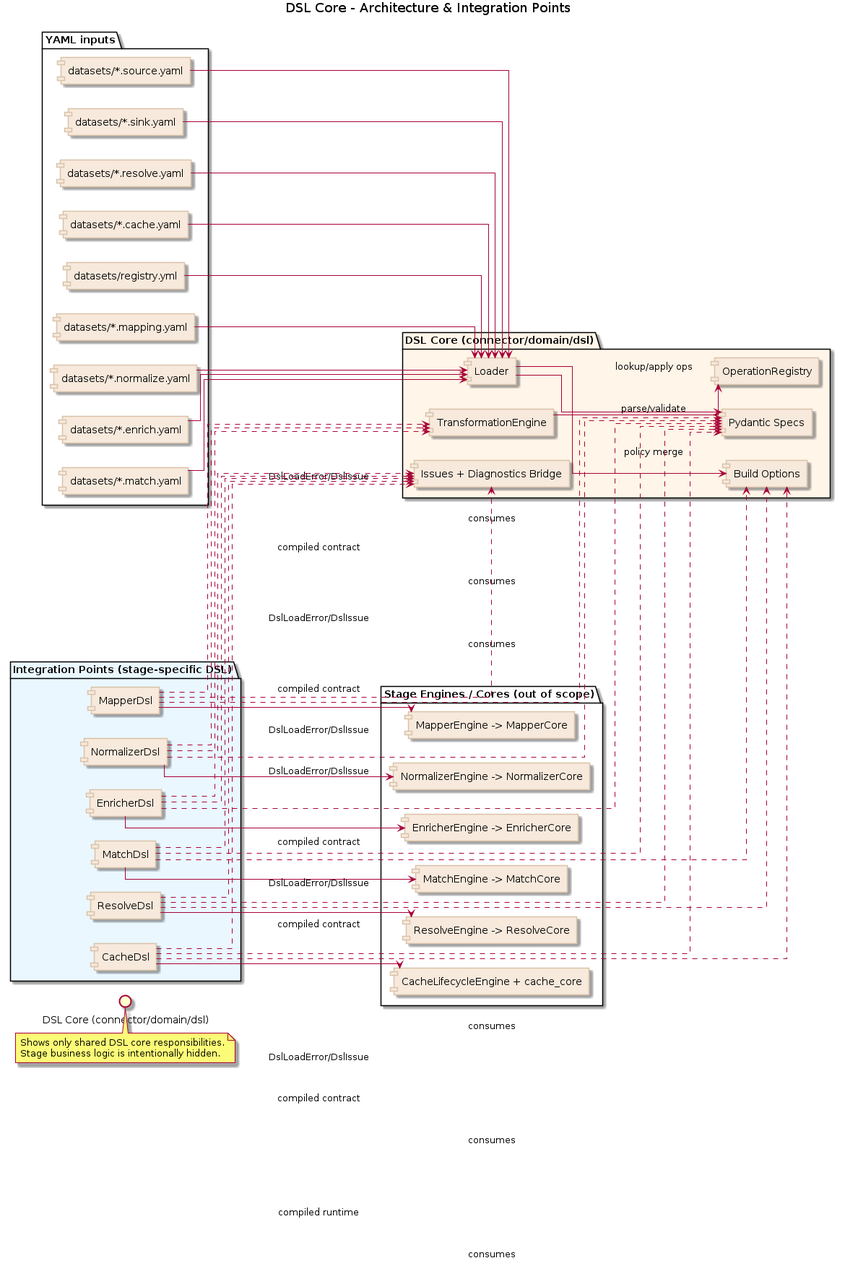
The PlantUML diagram docs/uml/transform/dsl/dsl_architecture.png in xORex-LC/nexus-etl, before a commit. Its source is kept beside it as docs/uml/transform/dsl/dsl_architecture.puml.
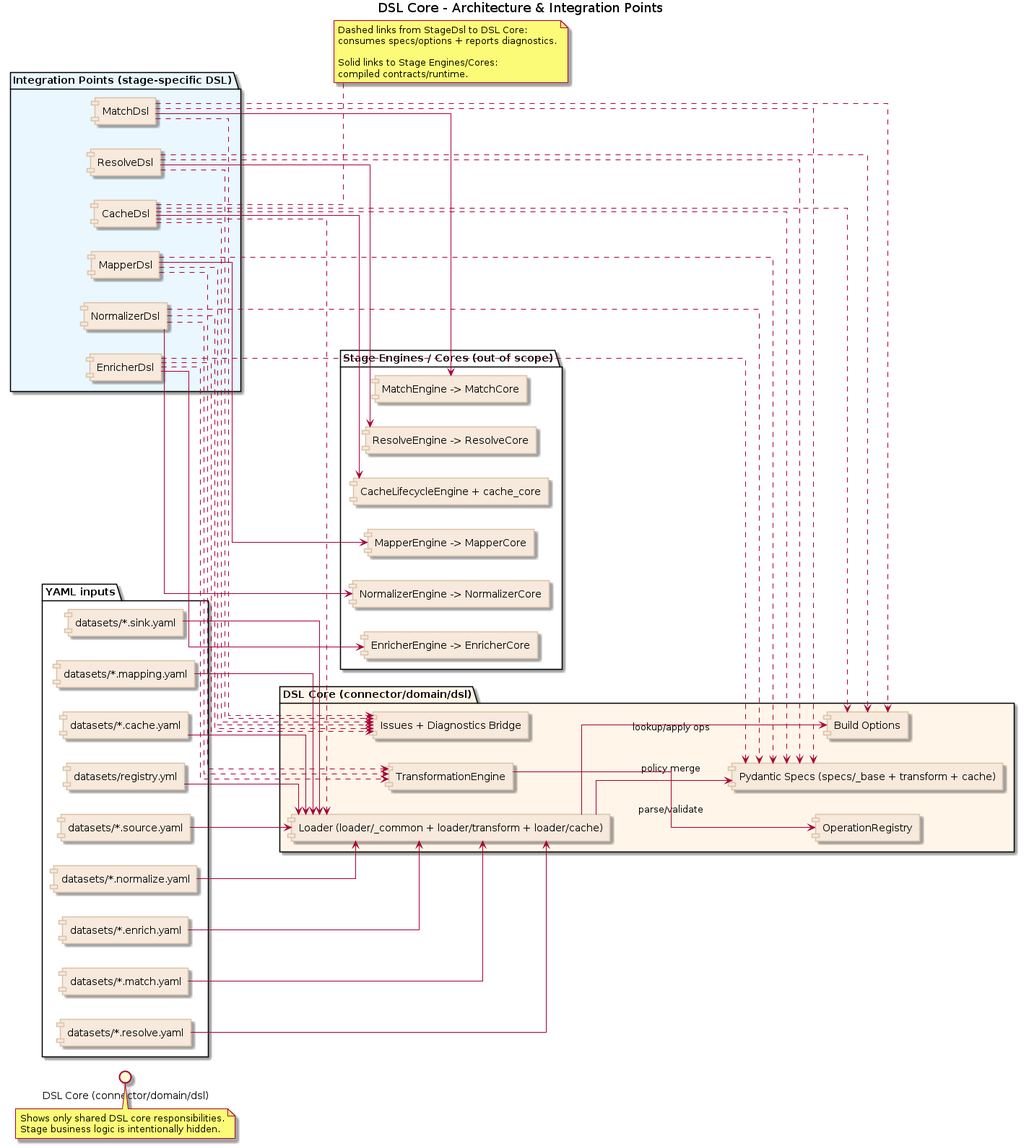
Above is the later version.

Change to the diagram source:
```diff
@@ -24,8 +24,8 @@
 }
 
 package "DSL Core (connector/domain/dsl)" #FFF5E8 {
-  [Loader] as Loader
-  [Pydantic Specs] as Specs
+  [Loader (loader/_common + loader/transform + loader/cache)] as Loader
+  [Pydantic Specs (specs/_base + transform + cache)] as Specs
   [Build Options] as BuildOptions
   [OperationRegistry] as OpRegistry
   [TransformationEngine] as TransformEngine
@@ -64,12 +64,12 @@
 Loader --> BuildOptions : policy merge
 TransformEngine --> OpRegistry : lookup/apply ops
 
-MapperDsl ..> Specs : consumes
-NormalizerDsl ..> Specs : consumes
-EnricherDsl ..> Specs : consumes
-MatchDsl ..> Specs : consumes
-ResolveDsl ..> Specs : consumes
-CacheDsl ..> Specs : consumes
+MapperDsl ..> Specs
+NormalizerDsl ..> Specs
+EnricherDsl ..> Specs
+MatchDsl ..> Specs
+ResolveDsl ..> Specs
+CacheDsl ..> Specs
 
 MapperDsl ..> TransformEngine
 NormalizerDsl ..> TransformEngine
@@ -77,20 +77,29 @@
 MatchDsl ..> BuildOptions
 ResolveDsl ..> BuildOptions
 CacheDsl ..> BuildOptions
+CacheDsl ..> Loader
 
-MapperDsl --> MapRuntime : compiled contract
-NormalizerDsl --> NormRuntime : compiled contract
-EnricherDsl --> EnrichRuntime : compiled contract
-MatchDsl --> MatchRuntime : compiled contract
-ResolveDsl --> ResolveRuntime : compiled contract
-CacheDsl --> CacheRuntime : compiled runtime
+MapperDsl --> MapRuntime
+NormalizerDsl --> NormRuntime
+EnricherDsl --> EnrichRuntime
+MatchDsl --> MatchRuntime
+ResolveDsl --> ResolveRuntime
+CacheDsl --> CacheRuntime
 
-MapperDsl ..> DslDiag : DslLoadError/DslIssue
-NormalizerDsl ..> DslDiag : DslLoadError/DslIssue
-EnricherDsl ..> DslDiag : DslLoadError/DslIssue
-MatchDsl ..> DslDiag : DslLoadError/DslIssue
-ResolveDsl ..> DslDiag : DslLoadError/DslIssue
-CacheDsl ..> DslDiag : DslLoadError/DslIssue
+MapperDsl ..> DslDiag
+NormalizerDsl ..> DslDiag
+EnricherDsl ..> DslDiag
+MatchDsl ..> DslDiag
+ResolveDsl ..> DslDiag
+CacheDsl ..> DslDiag
+
+note right of CacheDsl
+Dashed links from StageDsl to DSL Core:
+consumes specs/options + reports diagnostics.
+
+Solid links to Stage Engines/Cores:
+compiled contracts/runtime.
+end note
 
 note bottom of "DSL Core (connector/domain/dsl)"
 Shows only shared DSL core responsibilities.
```
